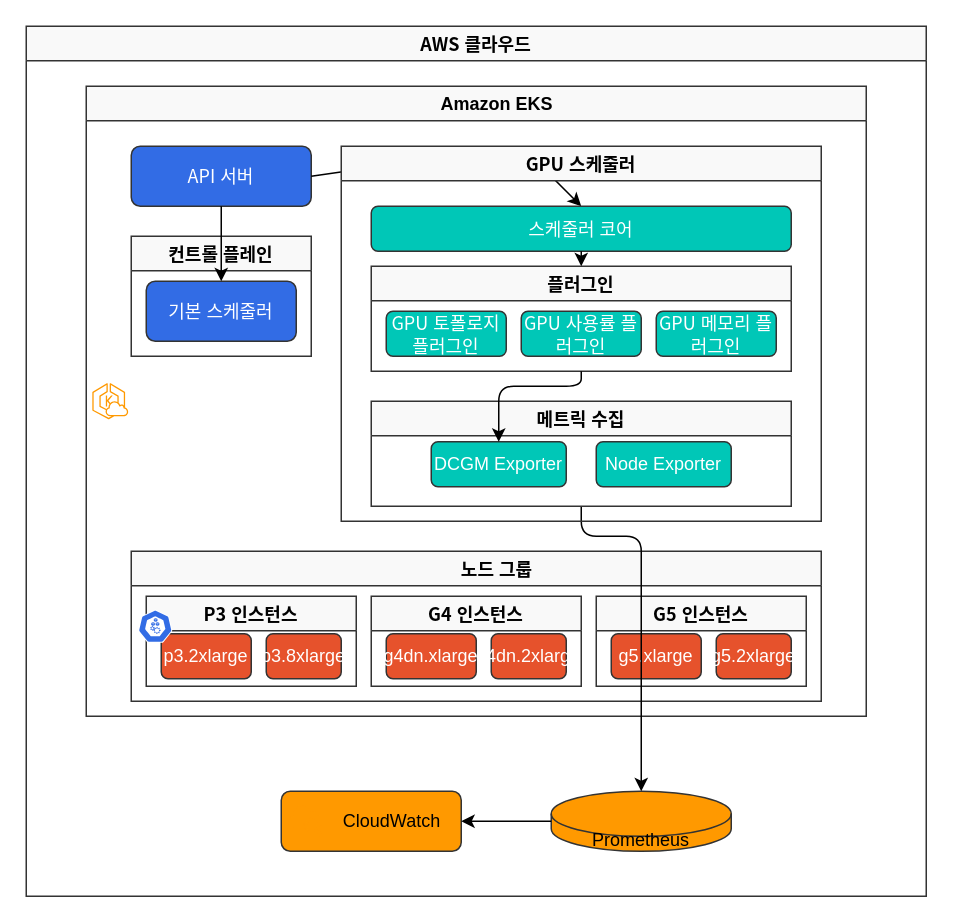
This is assets/generated-diagrams/gpu_workload_optimizer_architecture.drawio from Atom-oh/kubernetes-docs, a draw.io file, before an edit. Source tidied: cells renumbered, new cells numbered last; positions are measured from the earlier drawing's top-left corner, leaving out a move shared by most shapes. Both pictures are drawn from the tidied source at 150%, with x=0, y=0 at pixel (26, 26).
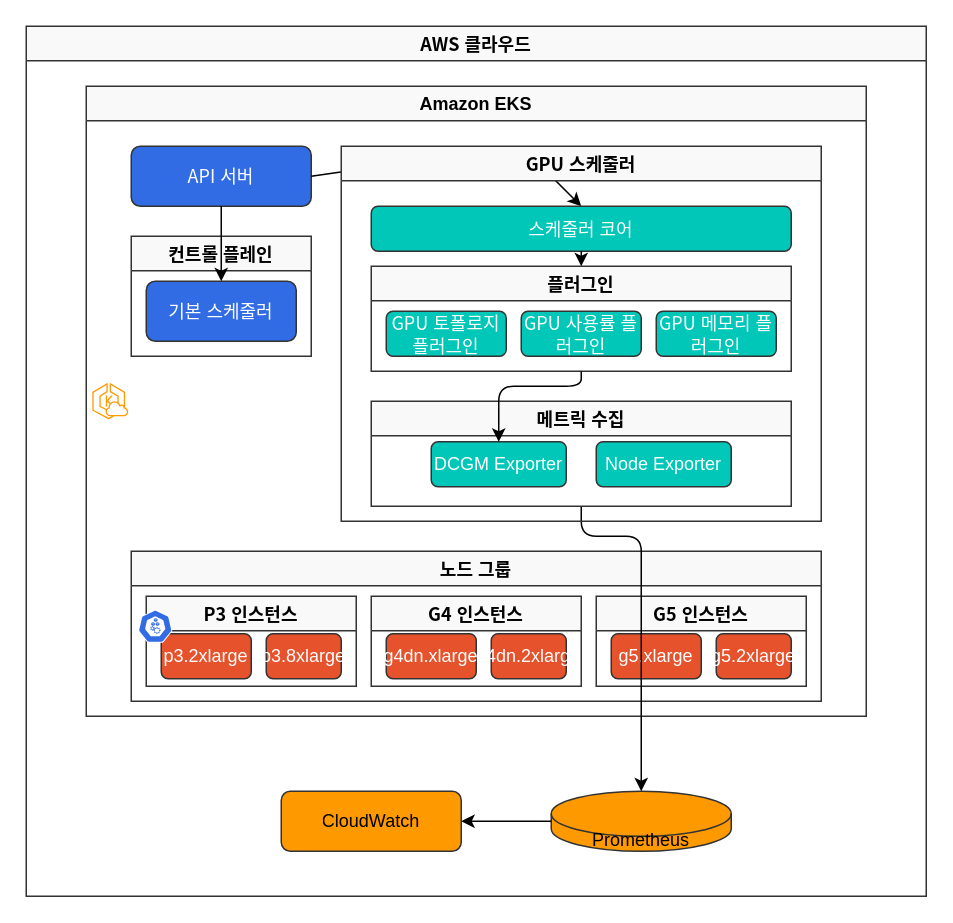
The same diagram, later.

Unchanged cells that the change refers to:
```xml
<mxCell id="2" value="AWS 클라우드" style="swimlane;whiteSpace=wrap;html=1;fillColor=#f9f9f9;strokeColor=#333333;strokeWidth=1;fontSize=12;fontFamily=Noto Sans CJK KR;" parent="1" vertex="1">
  <mxGeometry width="600" height="580" as="geometry" />
</mxCell>
```

The edit, as a diff of the source:
```diff
@@
-    <mxCell id="3" value="Amazon EKS" style="swimlane;whiteSpace=wrap;html=1;fillColor=#f9f9f9;strokeColor=#333333;strokeWidth=1;fontSize=12;spacingLeft=28;" parent="2" vertex="1">
+    <mxCell id="3" value="Amazon EKS" style="swimlane;whiteSpace=wrap;html=1;fillColor=#f9f9f9;strokeColor=#333333;strokeWidth=1;fontSize=12;" parent="2" vertex="1">
       <mxGeometry x="40" y="40" width="520" height="420" as="geometry" />
     </mxCell>
@@
-    <mxCell id="7" value="노드 그룹" style="swimlane;whiteSpace=wrap;html=1;fillColor=#f9f9f9;strokeColor=#333333;strokeWidth=1;fontSize=12;fontFamily=Noto Sans CJK KR;spacingLeft=28;" parent="3" vertex="1">
+    <mxCell id="7" value="노드 그룹" style="swimlane;whiteSpace=wrap;html=1;fillColor=#f9f9f9;strokeColor=#333333;strokeWidth=1;fontSize=12;fontFamily=Noto Sans CJK KR;" parent="3" vertex="1">
       <mxGeometry x="30" y="310" width="460" height="100" as="geometry" />
     </mxCell>
@@
-    <mxCell id="17" value="CloudWatch" style="rounded=1;whiteSpace=wrap;html=1;fillColor=#FF9900;strokeColor=#333333;strokeWidth=1;fontColor=#000000;fontSize=12;spacingLeft=28;" parent="3" vertex="1">
+    <mxCell id="17" value="CloudWatch" style="rounded=1;whiteSpace=wrap;html=1;fillColor=#FF9900;strokeColor=#333333;strokeWidth=1;fontColor=#000000;fontSize=12;" parent="3" vertex="1">
       <mxGeometry x="130" y="470" width="120" height="40" as="geometry" />
     </mxCell>
```
